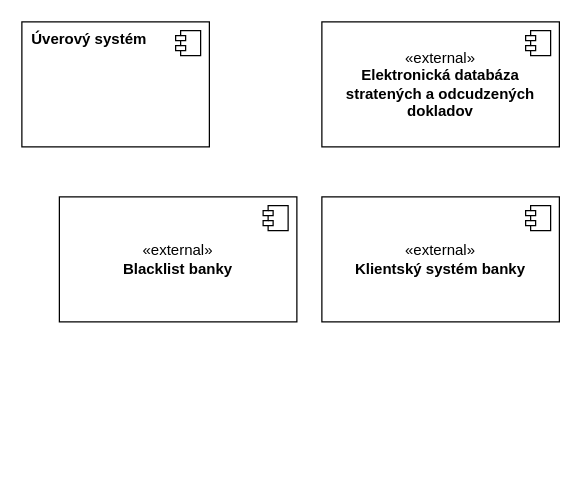
KubkoFrano/VyvojVelkychAplikacii keeps this draw.io diagram as UML/Kontextovy.drawio. Above is the earlier version. Source tidied: cells renumbered, new cells numbered last; positions are measured from the earlier drawing's top-left corner, leaving out a move shared by most shapes. Both pictures are drawn from the tidied source at 125%, with x=0, y=0 at pixel (21, 21).
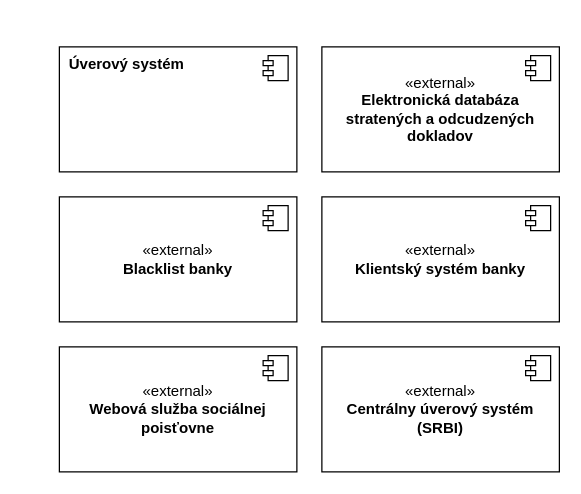
The same diagram, later.

Diff of the diagram source:
```diff
@@
 <mxGraphModel>
   <root>
     <mxCell id="0" />
     <mxCell id="1" parent="0" />
     <mxCell id="2" value="&lt;b&gt;Úverový systém&lt;/b&gt;" style="html=1;align=left;labelPosition=center;verticalLabelPosition=middle;verticalAlign=top;whiteSpace=wrap;spacingLeft=6;" parent="1" vertex="1">
-      <mxGeometry width="150" height="100" as="geometry" />
+      <mxGeometry x="30" y="20" width="190" height="100" as="geometry" />
     </mxCell>
     <mxCell id="3" style="shape=module;jettyWidth=8;jettyHeight=4;" parent="2" vertex="1">
       <mxGeometry x="1" width="20" height="20" relative="1" as="geometry">
         <mxPoint x="-27" y="7" as="offset" />
       </mxGeometry>
     </mxCell>
     <mxCell id="4" value="«external»&lt;br&gt;&lt;b&gt;Elektronická databáza stratených a odcudzených dokladov&lt;/b&gt;" style="html=1;whiteSpace=wrap;" parent="1" vertex="1">
-      <mxGeometry x="240" width="190" height="100" as="geometry" />
+      <mxGeometry x="240" y="20" width="190" height="100" as="geometry" />
     </mxCell>
     <mxCell id="5" style="shape=module;jettyWidth=8;jettyHeight=4;" parent="4" vertex="1">
       <mxGeometry x="1" width="20" height="20" relative="1" as="geometry">
         <mxPoint x="-27" y="7" as="offset" />
       </mxGeometry>
     </mxCell>
     <mxCell id="6" value="«external»&lt;br&gt;&lt;b&gt;Klientský systém banky&lt;/b&gt;" style="html=1;whiteSpace=wrap;" parent="1" vertex="1">
       <mxGeometry x="240" y="140" width="190" height="100" as="geometry" />
     </mxCell>
     <mxCell id="7" style="shape=module;jettyWidth=8;jettyHeight=4;" parent="6" vertex="1">
       <mxGeometry x="1" width="20" height="20" relative="1" as="geometry">
         <mxPoint x="-27" y="7" as="offset" />
       </mxGeometry>
     </mxCell>
     <mxCell id="8" value="«e&lt;span style=&quot;background-color: transparent; color: light-dark(rgb(0, 0, 0), rgb(255, 255, 255));&quot;&gt;xternal»&lt;/span&gt;&lt;div&gt;&lt;b&gt;Blacklist banky&lt;/b&gt;&lt;/div&gt;" style="html=1;whiteSpace=wrap;" parent="1" vertex="1">
       <mxGeometry x="30" y="140" width="190" height="100" as="geometry" />
     </mxCell>
     <mxCell id="9" style="shape=module;jettyWidth=8;jettyHeight=4;" parent="8" vertex="1">
       <mxGeometry x="1" width="20" height="20" relative="1" as="geometry">
         <mxPoint x="-27" y="7" as="offset" />
       </mxGeometry>
     </mxCell>
+    <mxCell id="10" value="«e&lt;span style=&quot;background-color: transparent; color: light-dark(rgb(0, 0, 0), rgb(255, 255, 255));&quot;&gt;xternal»&lt;/span&gt;&lt;div&gt;&lt;b&gt;Webová služba sociálnej poisťovne&lt;/b&gt;&lt;/div&gt;" style="html=1;whiteSpace=wrap;" parent="1" vertex="1">
+      <mxGeometry x="30" y="260" width="190" height="100" as="geometry" />
+    </mxCell>
+    <mxCell id="11" style="shape=module;jettyWidth=8;jettyHeight=4;" parent="10" vertex="1">
+      <mxGeometry x="1" width="20" height="20" relative="1" as="geometry">
+        <mxPoint x="-27" y="7" as="offset" />
+      </mxGeometry>
+    </mxCell>
+    <mxCell id="12" value="«e&lt;span style=&quot;background-color: transparent; color: light-dark(rgb(0, 0, 0), rgb(255, 255, 255));&quot;&gt;xternal»&lt;/span&gt;&lt;div&gt;&lt;b&gt;Centrálny úverový systém (SRBI)&lt;/b&gt;&lt;/div&gt;" style="html=1;whiteSpace=wrap;" parent="1" vertex="1">
+      <mxGeometry x="240" y="260" width="190" height="100" as="geometry" />
+    </mxCell>
+    <mxCell id="13" style="shape=module;jettyWidth=8;jettyHeight=4;" parent="12" vertex="1">
+      <mxGeometry x="1" width="20" height="20" relative="1" as="geometry">
+        <mxPoint x="-27" y="7" as="offset" />
+      </mxGeometry>
+    </mxCell>
   </root>
 </mxGraphModel>
```
